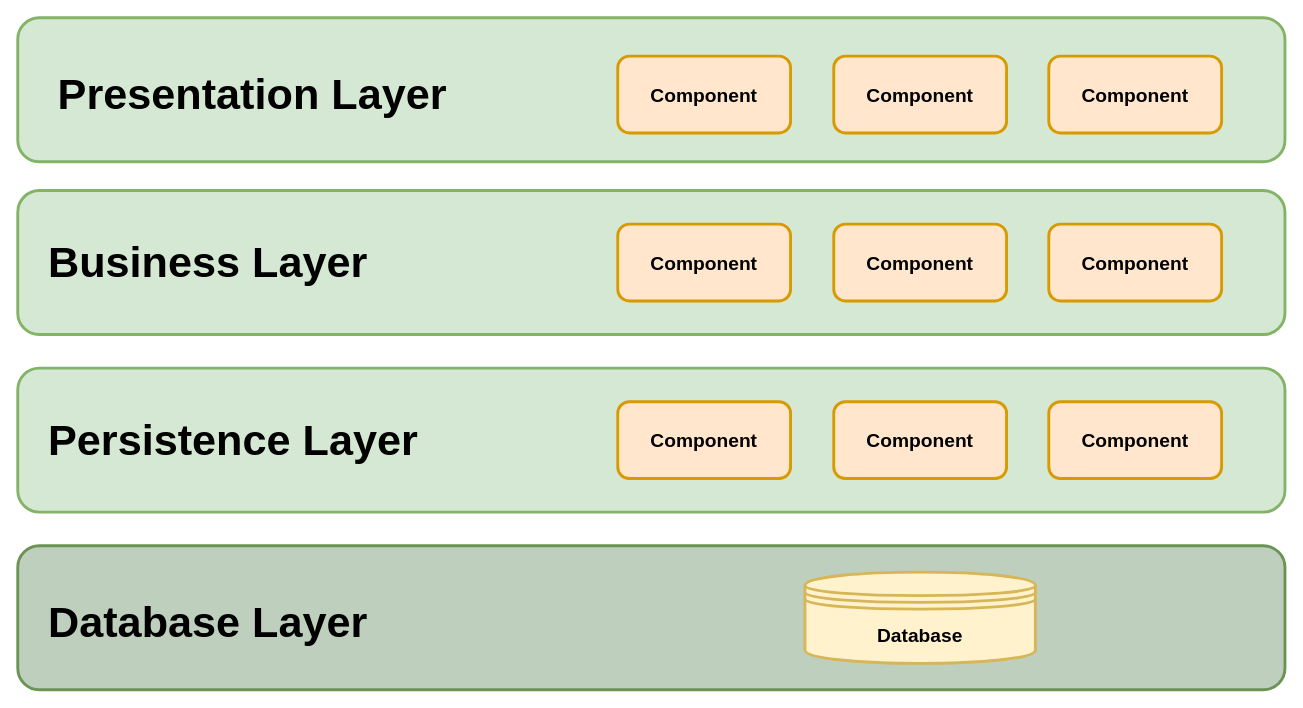
Earlier version of the draw.io diagram layered-architecture/diagram-source.drawio (carltheperson/same-app-different-design-patterns). Source tidied: cells renumbered, new cells numbered last; positions are measured from the earlier drawing's top-left corner, leaving out a move shared by most shapes. Both pictures are drawn from the tidied source at 96%, with x=0, y=0 at pixel (17, 17).
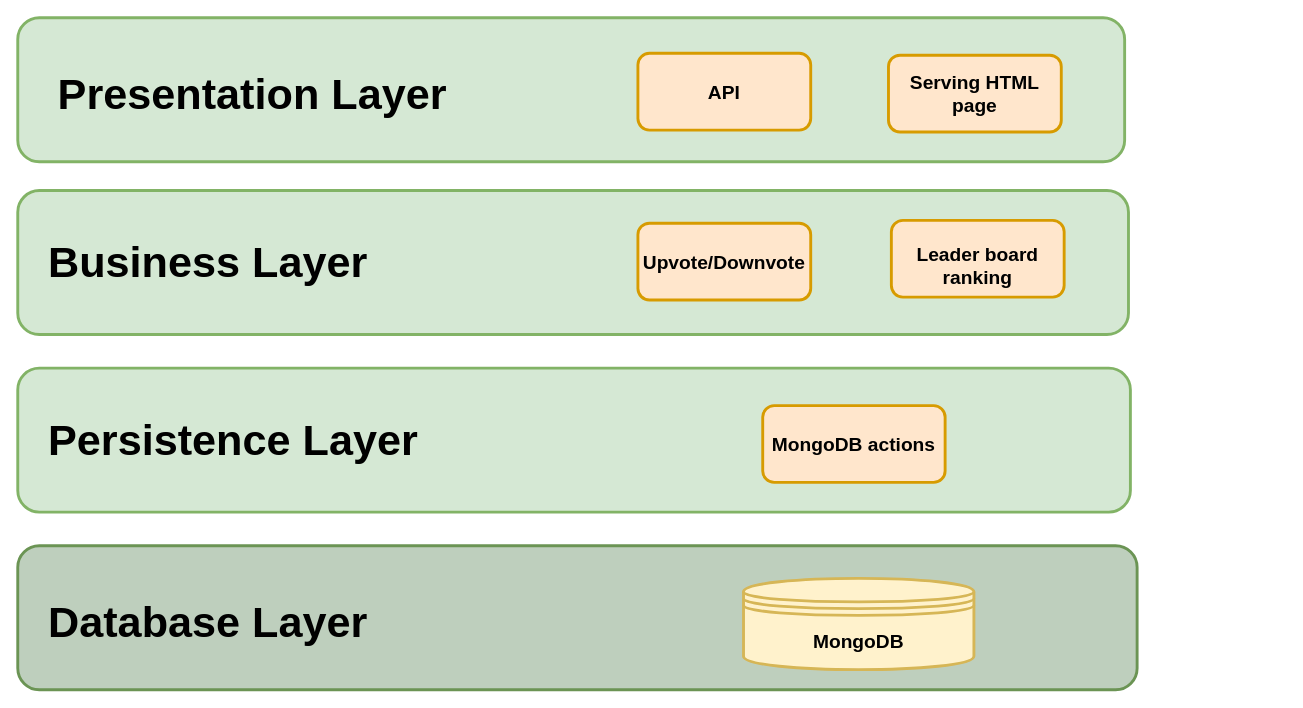
After the change.

Commit message (it also covers changes not shown here):
New less generic diagram

Diff of the diagram source:
```diff
@@
 <mxGraphModel>
   <root>
     <mxCell id="0" />
     <mxCell id="1" parent="0" />
     <mxCell id="2" style="rounded=1;whiteSpace=wrap;html=1;fillColor=#d5e8d4;strokeColor=#82b366;strokeWidth=3;" parent="1" vertex="1">
-      <mxGeometry width="1320" height="150" as="geometry" />
+      <mxGeometry width="1153" height="150" as="geometry" />
     </mxCell>
     <mxCell id="3" style="rounded=1;whiteSpace=wrap;html=1;fillColor=#d5e8d4;strokeColor=#82b366;strokeWidth=3;" parent="1" vertex="1">
-      <mxGeometry y="180" width="1320" height="150" as="geometry" />
+      <mxGeometry y="180" width="1157" height="150" as="geometry" />
     </mxCell>
     <mxCell id="4" style="rounded=1;whiteSpace=wrap;html=1;fillColor=#d5e8d4;strokeColor=#82b366;strokeWidth=3;" parent="1" vertex="1">
-      <mxGeometry y="365" width="1320" height="150" as="geometry" />
+      <mxGeometry y="365" width="1159" height="150" as="geometry" />
     </mxCell>
     <mxCell id="5" style="rounded=1;whiteSpace=wrap;html=1;strokeColor=#6B9454;fillColor=#BECFBD;strokeWidth=3;" parent="1" vertex="1">
-      <mxGeometry y="550" width="1320" height="150" as="geometry" />
+      <mxGeometry y="550" width="1166" height="150" as="geometry" />
     </mxCell>
     <mxCell id="6" value="&lt;div align=&quot;left&quot;&gt;&lt;font style=&quot;font-size: 45px&quot;&gt;&lt;b&gt;Presentation Layer &lt;/b&gt;&lt;/font&gt;&lt;/div&gt;" style="text;html=1;strokeColor=none;fillColor=none;align=left;verticalAlign=middle;whiteSpace=wrap;rounded=0;" parent="1" vertex="1">
       <mxGeometry x="40" y="70" width="440" height="20" as="geometry" />
     </mxCell>
     <mxCell id="7" value="&lt;div align=&quot;left&quot;&gt;&lt;font style=&quot;font-size: 45px&quot;&gt;&lt;b&gt;Business Layer &lt;/b&gt;&lt;/font&gt;&lt;/div&gt;" style="text;html=1;strokeColor=none;fillColor=none;align=left;verticalAlign=middle;whiteSpace=wrap;rounded=0;" parent="1" vertex="1">
       <mxGeometry x="30" y="245" width="440" height="20" as="geometry" />
     </mxCell>
     <mxCell id="8" value="&lt;div align=&quot;left&quot;&gt;&lt;font style=&quot;font-size: 45px&quot;&gt;&lt;b&gt;Persistence Layer&lt;br&gt;&lt;/b&gt;&lt;/font&gt;&lt;/div&gt;" style="text;html=1;strokeColor=none;fillColor=none;align=left;verticalAlign=middle;whiteSpace=wrap;rounded=0;" parent="1" vertex="1">
       <mxGeometry x="30" y="430" width="440" height="20" as="geometry" />
     </mxCell>
     <mxCell id="9" value="&lt;div align=&quot;left&quot;&gt;&lt;font style=&quot;font-size: 45px&quot;&gt;&lt;b&gt;Database Layer&lt;br&gt;&lt;/b&gt;&lt;/font&gt;&lt;/div&gt;" style="text;html=1;strokeColor=none;fillColor=none;align=left;verticalAlign=middle;whiteSpace=wrap;rounded=0;" parent="1" vertex="1">
       <mxGeometry x="30" y="620" width="440" height="20" as="geometry" />
     </mxCell>
-    <mxCell id="10" value="&lt;font style=&quot;font-size: 20px&quot;&gt;&lt;b&gt;&lt;font style=&quot;font-size: 20px&quot;&gt;Component&lt;/font&gt;&lt;/b&gt;&lt;/font&gt;" style="rounded=1;whiteSpace=wrap;html=1;strokeColor=#d79b00;strokeWidth=3;fillColor=#ffe6cc;" parent="1" vertex="1">
-      <mxGeometry x="625" y="40" width="180" height="80" as="geometry" />
-    </mxCell>
-    <mxCell id="11" value="&lt;font style=&quot;font-size: 20px&quot;&gt;&lt;b&gt;&lt;font style=&quot;font-size: 20px&quot;&gt;Component&lt;/font&gt;&lt;/b&gt;&lt;/font&gt;" style="rounded=1;whiteSpace=wrap;html=1;strokeColor=#d79b00;strokeWidth=3;fillColor=#ffe6cc;" parent="1" vertex="1">
-      <mxGeometry x="850" y="40" width="180" height="80" as="geometry" />
+    <mxCell id="11" value="&lt;font style=&quot;font-size: 20px&quot;&gt;&lt;b&gt;&lt;font style=&quot;font-size: 20px&quot;&gt;API&lt;/font&gt;&lt;/b&gt;&lt;/font&gt;" style="rounded=1;whiteSpace=wrap;html=1;strokeColor=#d79b00;strokeWidth=3;fillColor=#ffe6cc;" parent="1" vertex="1">
+      <mxGeometry x="646" y="37" width="180" height="80" as="geometry" />
     </mxCell>
-    <mxCell id="12" value="&lt;font style=&quot;font-size: 20px&quot;&gt;&lt;b&gt;&lt;font style=&quot;font-size: 20px&quot;&gt;Component&lt;/font&gt;&lt;/b&gt;&lt;/font&gt;" style="rounded=1;whiteSpace=wrap;html=1;strokeColor=#d79b00;strokeWidth=3;fillColor=#ffe6cc;" parent="1" vertex="1">
-      <mxGeometry x="1074" y="40" width="180" height="80" as="geometry" />
+    <mxCell id="12" value="&lt;font style=&quot;font-size: 20px&quot;&gt;&lt;b&gt;&lt;font style=&quot;font-size: 20px&quot;&gt;Serving HTML page&lt;br&gt;&lt;/font&gt;&lt;/b&gt;&lt;/font&gt;" style="rounded=1;whiteSpace=wrap;html=1;strokeColor=#d79b00;strokeWidth=3;fillColor=#ffe6cc;" parent="1" vertex="1">
+      <mxGeometry x="907" y="39" width="180" height="80" as="geometry" />
     </mxCell>
-    <mxCell id="13" value="&lt;font style=&quot;font-size: 20px&quot;&gt;&lt;b&gt;&lt;font style=&quot;font-size: 20px&quot;&gt;Component&lt;/font&gt;&lt;/b&gt;&lt;/font&gt;" style="rounded=1;whiteSpace=wrap;html=1;strokeColor=#d79b00;strokeWidth=3;fillColor=#ffe6cc;" parent="1" vertex="1">
-      <mxGeometry x="625" y="215" width="180" height="80" as="geometry" />
+    <mxCell id="13" value="&lt;font style=&quot;font-size: 20px&quot;&gt;&lt;b&gt;&lt;font style=&quot;font-size: 20px&quot;&gt;Upvote/Downvote&lt;/font&gt;&lt;/b&gt;&lt;/font&gt;" style="rounded=1;whiteSpace=wrap;html=1;strokeColor=#d79b00;strokeWidth=3;fillColor=#ffe6cc;" parent="1" vertex="1">
+      <mxGeometry x="646" y="214" width="180" height="80" as="geometry" />
     </mxCell>
-    <mxCell id="14" value="&lt;font style=&quot;font-size: 20px&quot;&gt;&lt;b&gt;&lt;font style=&quot;font-size: 20px&quot;&gt;Component&lt;/font&gt;&lt;/b&gt;&lt;/font&gt;" style="rounded=1;whiteSpace=wrap;html=1;strokeColor=#d79b00;strokeWidth=3;fillColor=#ffe6cc;" parent="1" vertex="1">
-      <mxGeometry x="850" y="215" width="180" height="80" as="geometry" />
+    <mxCell id="14" value="&lt;br&gt;&lt;font style=&quot;font-size: 20px&quot;&gt;&lt;b&gt;&lt;font style=&quot;font-size: 20px&quot;&gt;Leader board ranking&lt;br&gt;&lt;/font&gt;&lt;/b&gt;&lt;/font&gt;" style="rounded=1;whiteSpace=wrap;html=1;strokeColor=#d79b00;strokeWidth=3;fillColor=#ffe6cc;" parent="1" vertex="1">
+      <mxGeometry x="910" y="211" width="180" height="80" as="geometry" />
     </mxCell>
-    <mxCell id="15" value="&lt;font style=&quot;font-size: 20px&quot;&gt;&lt;b&gt;&lt;font style=&quot;font-size: 20px&quot;&gt;Component&lt;/font&gt;&lt;/b&gt;&lt;/font&gt;" style="rounded=1;whiteSpace=wrap;html=1;strokeColor=#d79b00;strokeWidth=3;fillColor=#ffe6cc;" parent="1" vertex="1">
-      <mxGeometry x="1074" y="215" width="180" height="80" as="geometry" />
-    </mxCell>
-    <mxCell id="16" value="&lt;font style=&quot;font-size: 20px&quot;&gt;&lt;b&gt;&lt;font style=&quot;font-size: 20px&quot;&gt;Component&lt;/font&gt;&lt;/b&gt;&lt;/font&gt;" style="rounded=1;whiteSpace=wrap;html=1;strokeColor=#d79b00;strokeWidth=3;fillColor=#ffe6cc;" parent="1" vertex="1">
-      <mxGeometry x="625" y="400" width="180" height="80" as="geometry" />
-    </mxCell>
-    <mxCell id="17" value="&lt;font style=&quot;font-size: 20px&quot;&gt;&lt;b&gt;&lt;font style=&quot;font-size: 20px&quot;&gt;Component&lt;/font&gt;&lt;/b&gt;&lt;/font&gt;" style="rounded=1;whiteSpace=wrap;html=1;strokeColor=#d79b00;strokeWidth=3;fillColor=#ffe6cc;" parent="1" vertex="1">
-      <mxGeometry x="850" y="400" width="180" height="80" as="geometry" />
+    <mxCell id="17" value="&lt;font style=&quot;font-size: 20px&quot;&gt;&lt;b&gt;&lt;font style=&quot;font-size: 20px&quot;&gt;MongoDB actions&lt;br&gt;&lt;/font&gt;&lt;/b&gt;&lt;/font&gt;" style="rounded=1;whiteSpace=wrap;html=1;strokeColor=#d79b00;strokeWidth=3;fillColor=#ffe6cc;" parent="1" vertex="1">
+      <mxGeometry x="776" y="404" width="190" height="80" as="geometry" />
     </mxCell>
-    <mxCell id="18" value="&lt;font style=&quot;font-size: 20px&quot;&gt;&lt;b&gt;&lt;font style=&quot;font-size: 20px&quot;&gt;Component&lt;/font&gt;&lt;/b&gt;&lt;/font&gt;" style="rounded=1;whiteSpace=wrap;html=1;strokeColor=#d79b00;strokeWidth=3;fillColor=#ffe6cc;" parent="1" vertex="1">
-      <mxGeometry x="1074" y="400" width="180" height="80" as="geometry" />
-    </mxCell>
-    <mxCell id="19" value="&lt;font style=&quot;font-size: 20px&quot;&gt;&lt;b&gt;Database&lt;/b&gt;&lt;/font&gt;" style="shape=datastore;whiteSpace=wrap;html=1;strokeColor=#d6b656;strokeWidth=3;fillColor=#fff2cc;" parent="1" vertex="1">
-      <mxGeometry x="820" y="577.5" width="240" height="95" as="geometry" />
+    <mxCell id="19" value="&lt;font style=&quot;font-size: 20px&quot;&gt;&lt;b&gt;MongoDB&lt;/b&gt;&lt;/font&gt;" style="shape=datastore;whiteSpace=wrap;html=1;strokeColor=#d6b656;strokeWidth=3;fillColor=#fff2cc;" parent="1" vertex="1">
+      <mxGeometry x="756" y="584" width="240" height="95" as="geometry" />
     </mxCell>
   </root>
 </mxGraphModel>
```
